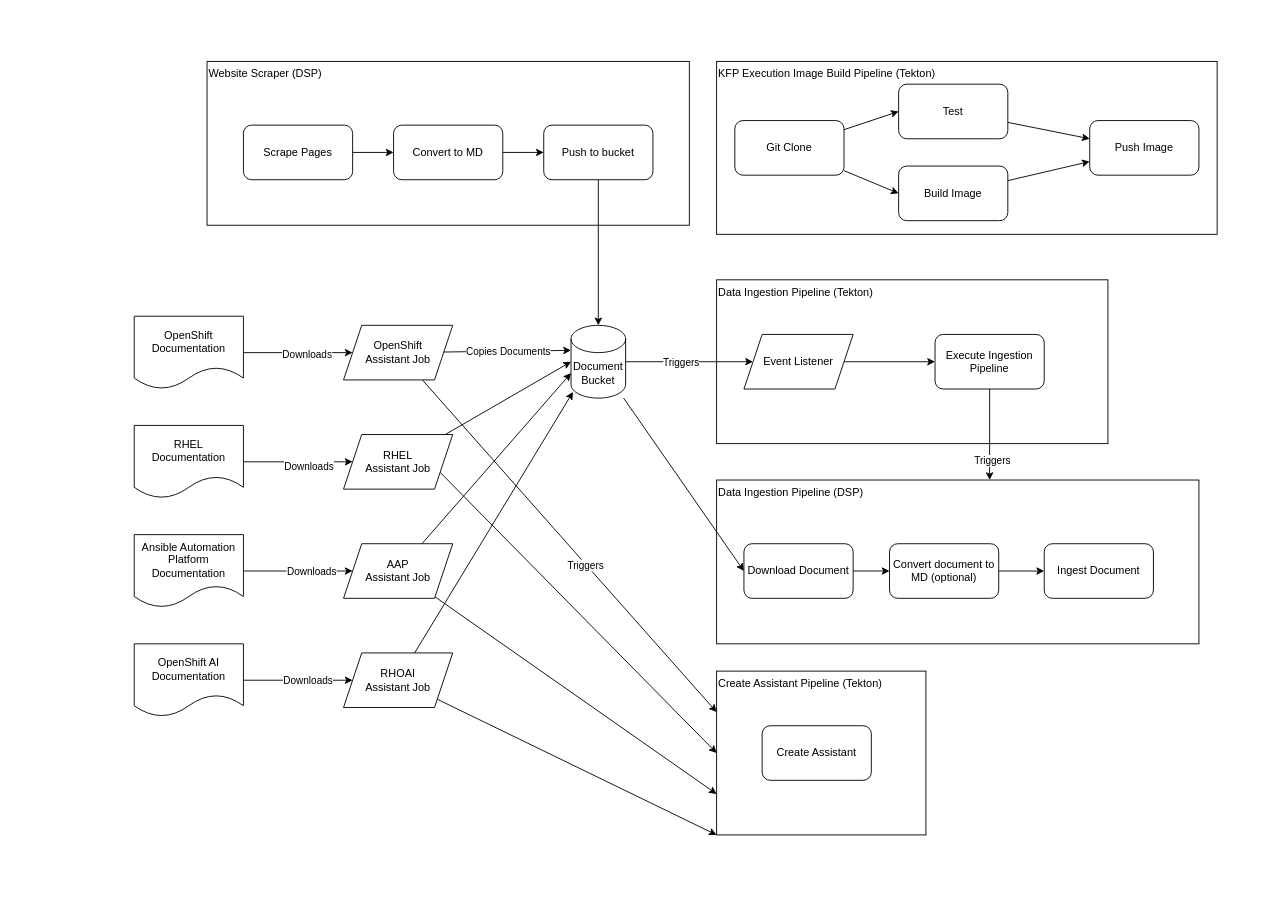
This is architecture/possible-future-state.drawio from redhat-composer-ai/data-ingestion, a draw.io file, before an edit. Source tidied: cells renumbered, new cells numbered last; positions are measured from the earlier drawing's top-left corner, leaving out a move shared by most shapes. Both pictures are drawn from the tidied source at 91%, with x=0, y=0 at pixel (134, 61).
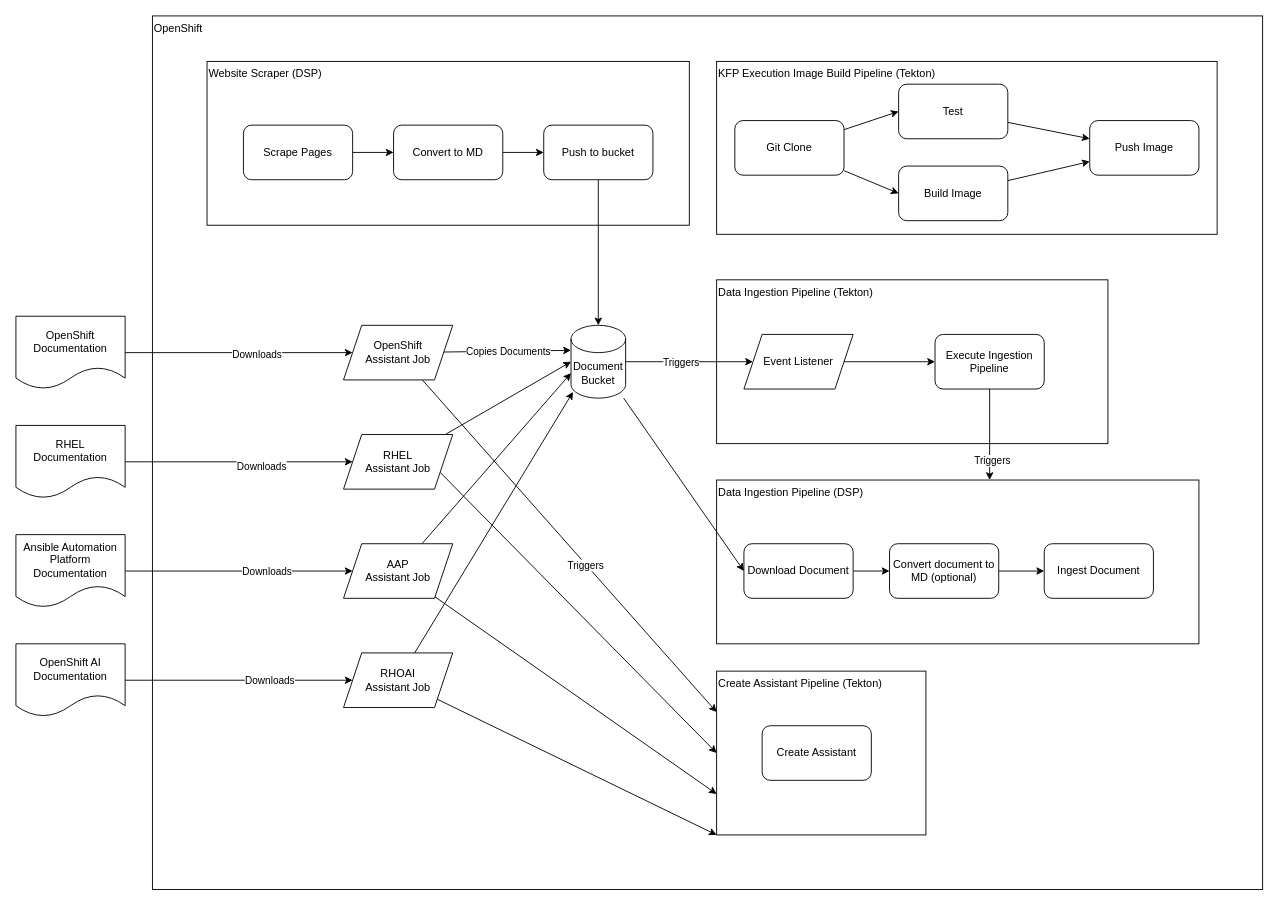
Above is the later version.

Commit message (it also covers changes not shown here):
add cluster box

Change to the diagram source:
```diff
@@
+    <mxCell id="62" value="OpenShift" style="rounded=0;whiteSpace=wrap;html=1;align=left;verticalAlign=top;" parent="1" vertex="1">
+      <mxGeometry x="20" y="-50" width="1220" height="960" as="geometry" />
+    </mxCell>
@@
     <mxCell id="24" value="OpenShift Documentation" style="shape=document;whiteSpace=wrap;html=1;boundedLbl=1;" parent="1" vertex="1">
-      <mxGeometry y="280" width="120" height="80" as="geometry" />
+      <mxGeometry x="-130" y="280" width="120" height="80" as="geometry" />
     </mxCell>
@@
     <mxCell id="32" value="OpenShift AI Documentation" style="shape=document;whiteSpace=wrap;html=1;boundedLbl=1;" parent="1" vertex="1">
-      <mxGeometry y="640" width="120" height="80" as="geometry" />
+      <mxGeometry x="-130" y="640" width="120" height="80" as="geometry" />
     </mxCell>
@@
     <mxCell id="35" value="RHEL &lt;br&gt;Documentation" style="shape=document;whiteSpace=wrap;html=1;boundedLbl=1;" parent="1" vertex="1">
-      <mxGeometry y="400" width="120" height="80" as="geometry" />
+      <mxGeometry x="-130" y="400" width="120" height="80" as="geometry" />
     </mxCell>
@@
     <mxCell id="38" value="Ansible Automation Platform Documentation" style="shape=document;whiteSpace=wrap;html=1;boundedLbl=1;" parent="1" vertex="1">
-      <mxGeometry y="520" width="120" height="80" as="geometry" />
+      <mxGeometry x="-130" y="520" width="120" height="80" as="geometry" />
     </mxCell>
```
